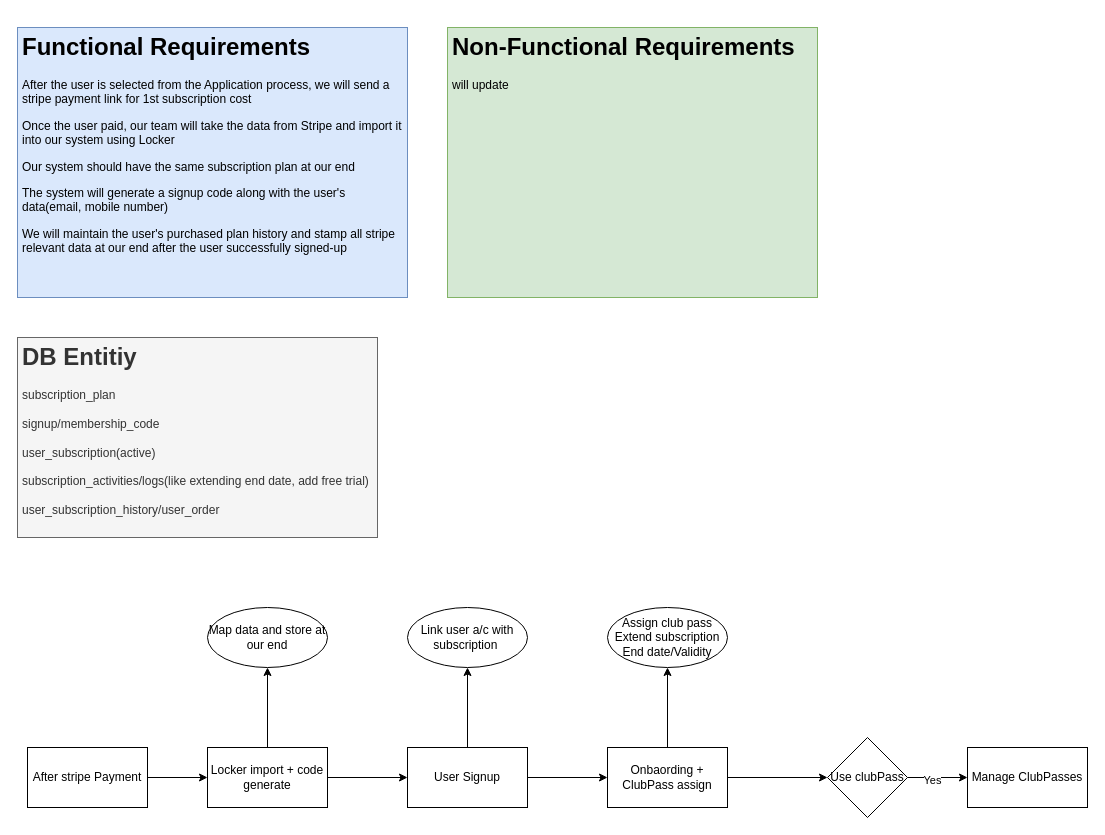
Above: powerclub-subscription.drawio in priyabratap/drawio (draw.io), before the change. Source tidied: cells renumbered, new cells numbered last; positions are measured from the earlier drawing's top-left corner, leaving out a move shared by most shapes. Both pictures are drawn from the tidied source at 100%, with x=0, y=0 at pixel (17, 27).
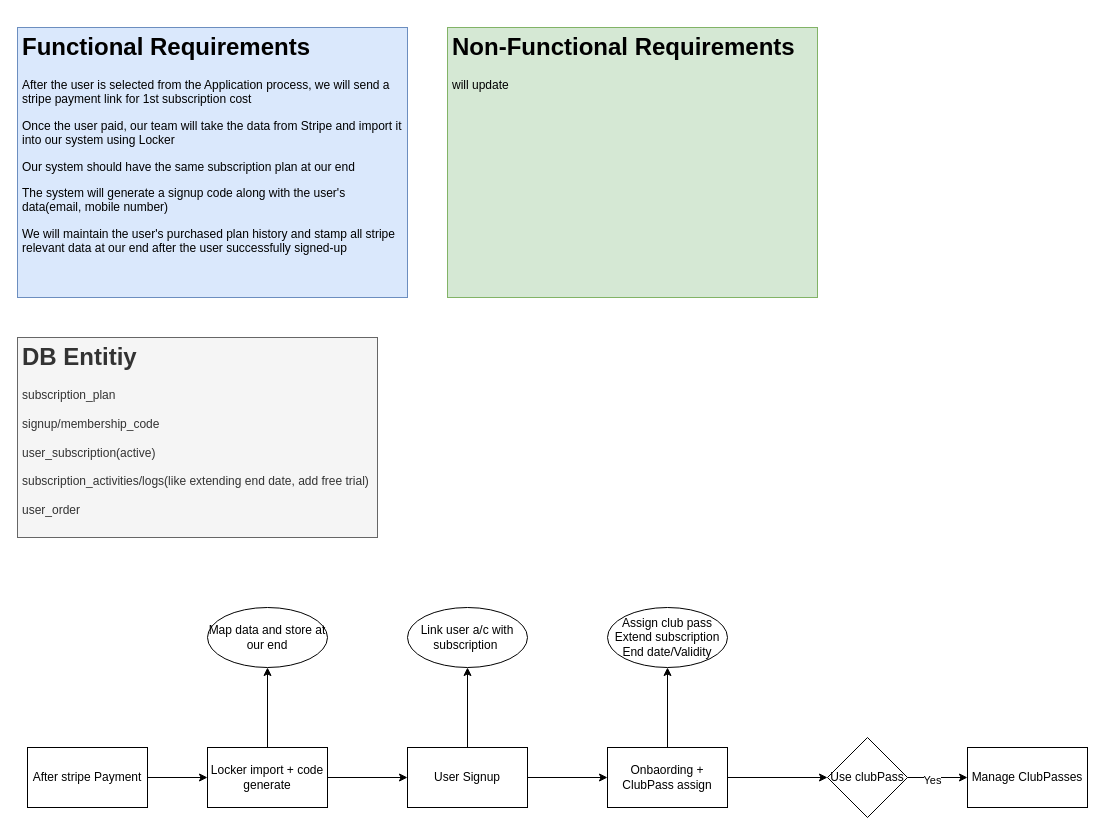
Above is the later version.

Change to the diagram source:
```diff
@@
-    <mxCell id="4" value="&lt;h1&gt;&lt;span style=&quot;background-color: initial;&quot;&gt;DB Entitiy&lt;/span&gt;&lt;br&gt;&lt;/h1&gt;&lt;div&gt;subscription_plan&lt;/div&gt;&lt;div&gt;&lt;br&gt;&lt;/div&gt;&lt;div&gt;signup/membership_code&lt;/div&gt;&lt;div&gt;&lt;br&gt;&lt;/div&gt;&lt;div&gt;user_subscription(active)&lt;/div&gt;&lt;div&gt;&lt;br&gt;&lt;/div&gt;&lt;div&gt;subscription_activities/logs(like extending end date, add free trial)&lt;br&gt;&lt;br&gt;user_subscription_history/user_order&lt;/div&gt;" style="text;html=1;spacing=5;spacingTop=-20;whiteSpace=wrap;overflow=hidden;rounded=0;fillColor=#f5f5f5;fontColor=#333333;strokeColor=#666666;" parent="1" vertex="1">
+    <mxCell id="4" value="&lt;h1&gt;&lt;span style=&quot;background-color: initial;&quot;&gt;DB Entitiy&lt;/span&gt;&lt;br&gt;&lt;/h1&gt;&lt;div&gt;subscription_plan&lt;/div&gt;&lt;div&gt;&lt;br&gt;&lt;/div&gt;&lt;div&gt;signup/membership_code&lt;/div&gt;&lt;div&gt;&lt;br&gt;&lt;/div&gt;&lt;div&gt;user_subscription(active)&lt;/div&gt;&lt;div&gt;&lt;br&gt;&lt;/div&gt;&lt;div&gt;subscription_activities/logs(like extending end date, add free trial)&lt;br&gt;&lt;br&gt;user_order&lt;/div&gt;" style="text;html=1;spacing=5;spacingTop=-20;whiteSpace=wrap;overflow=hidden;rounded=0;fillColor=#f5f5f5;fontColor=#333333;strokeColor=#666666;" parent="1" vertex="1">
       <mxGeometry y="310" width="360" height="200" as="geometry" />
     </mxCell>
```
